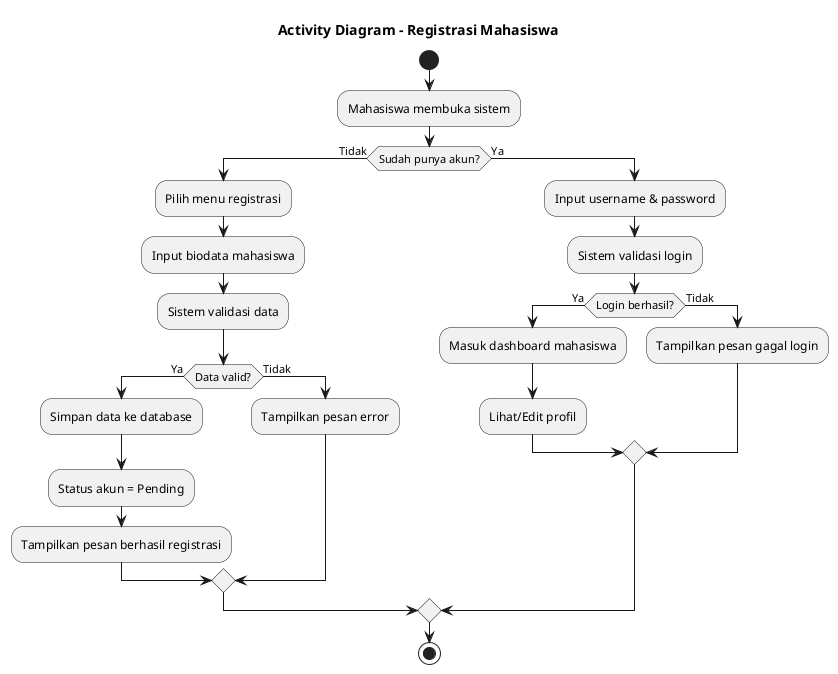
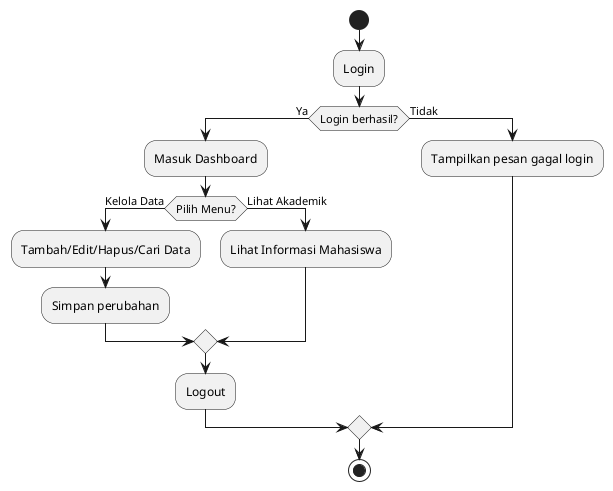
- @startuml Activity_Diagram
- title Activity Diagram - Registrasi Mahasiswa
+ @startuml

start

- :Mahasiswa membuka sistem;
+ :Login;

- if (Sudah punya akun?) then (Tidak)
+ if (Login berhasil?) then (Ya)

-   :Pilih menu registrasi;
-   :Input biodata mahasiswa;
-   :Sistem validasi data;
+ :Masuk Dashboard;

-   if (Data valid?) then (Ya)
-     :Simpan data ke database;
-     :Status akun = Pending;
-     :Tampilkan pesan berhasil registrasi;
-   else (Tidak)
-     :Tampilkan pesan error;
-   endif
+ if (Pilih Menu?) then (Kelola Data)

- else (Ya)
+ :Tambah/Edit/Hapus/Cari Data;

-   :Input username & password;
-   :Sistem validasi login;
+ :Simpan perubahan;

-   if (Login berhasil?) then (Ya)
-     :Masuk dashboard mahasiswa;
-     :Lihat/Edit profil;
-   else (Tidak)
-     :Tampilkan pesan gagal login;
-   endif
+ else (Lihat Akademik)
+ 
+ :Lihat Informasi Mahasiswa;
+ 
+ endif
+ 
+ :Logout;
+ 
+ else (Tidak)
+ 
+ :Tampilkan pesan gagal login;

endif

stop
+ 
@enduml